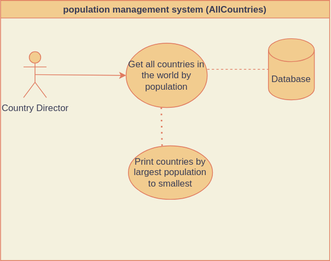
Before: use-cases/population management system (AllCountries).svg, a diagram exported from draw.io (ThihaKZ16/group5). Source tidied: cells renumbered, new cells last; positions are measured from the earlier drawing's top-left corner, leaving out a move shared by most shapes.
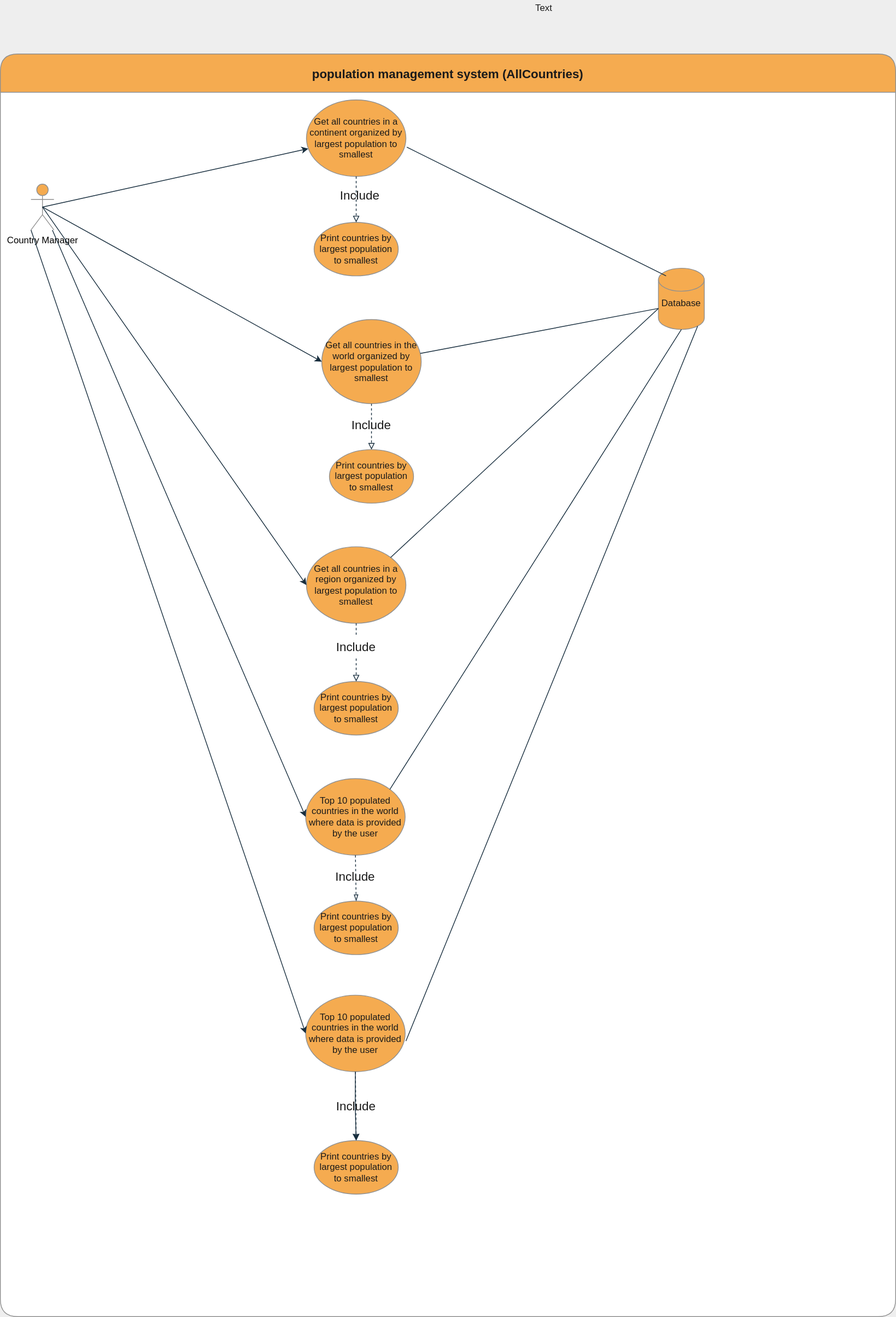
Above is the later version.

Commit message:
Update use case diagram for country report

Change to the diagram source:
```diff
@@ -1,34 +1,118 @@
-<mxGraphModel background="#F4F1DE">
+<mxGraphModel background="#EEEEEE">
   <root>
     <mxCell id="0" />
     <mxCell id="1" parent="0" />
-    <mxCell id="2" value="Country Director" style="shape=umlActor;verticalLabelPosition=bottom;verticalAlign=top;html=1;outlineConnect=0;fillColor=#F2CC8F;strokeColor=#E07A5F;fontColor=#393C56;" parent="1" vertex="1">
-      <mxGeometry x="30" y="67" width="30" height="60" as="geometry" />
-    </mxCell>
+    <mxCell id="9" value="population management system (AllCountries)" style="swimlane;rounded=1;sketch=0;swimlaneFillColor=#FFFFFF;shadow=0;glass=0;fillColor=#F5AB50;fontColor=#1A1A1A;strokeColor=#909090;startSize=50;fontSize=16;" parent="1" vertex="1">
+      <mxGeometry width="1170" height="1650" as="geometry" />
+    </mxCell>
-    <mxCell id="3" value="Get all countries in the world by population" style="ellipse;whiteSpace=wrap;html=1;fillColor=#F2CC8F;strokeColor=#E07A5F;fontColor=#393C56;" parent="1" vertex="1">
-      <mxGeometry x="164" y="56" width="106" height="84" as="geometry" />
+    <mxCell id="3" value="Get all countries in the world organized by largest population to smallest" style="ellipse;whiteSpace=wrap;html=1;fillColor=#F5AB50;strokeColor=#909090;fontColor=#1A1A1A;" parent="9" vertex="1">
+      <mxGeometry x="420" y="347" width="130" height="110" as="geometry" />
     </mxCell>
-    <mxCell id="4" value="Print countries by largest population to smallest" style="ellipse;whiteSpace=wrap;html=1;fillColor=#F2CC8F;strokeColor=#E07A5F;fontColor=#393C56;" parent="1" vertex="1">
-      <mxGeometry x="167" y="190" width="110" height="70" as="geometry" />
+    <mxCell id="4" value="Print countries by largest population to smallest" style="ellipse;whiteSpace=wrap;html=1;fillColor=#F5AB50;strokeColor=#909090;fontColor=#1A1A1A;" parent="9" vertex="1">
+      <mxGeometry x="410" y="220" width="110" height="70" as="geometry" />
     </mxCell>
+    <mxCell id="2" value="&lt;font color=&quot;#000000&quot;&gt;Country Manager&lt;/font&gt;" style="shape=umlActor;verticalLabelPosition=bottom;verticalAlign=top;html=1;outlineConnect=0;fillColor=#F5AB50;fontColor=#1A1A1A;strokeColor=#909090;" parent="9" vertex="1">
+      <mxGeometry x="40" y="170" width="30" height="60" as="geometry" />
+    </mxCell>
+    <mxCell id="6" style="endArrow=classic;html=1;rounded=0;fontSize=12;exitX=0.5;exitY=0.5;exitDx=0;exitDy=0;exitPerimeter=0;strokeColor=#182E3E;labelBackgroundColor=#EEEEEE;fontColor=#1A1A1A;" parent="9" edge="1" source="2" target="10">
+      <mxGeometry relative="1" as="geometry" />
+    </mxCell>
-    <mxCell id="5" value="Database" style="shape=cylinder3;whiteSpace=wrap;html=1;boundedLbl=1;backgroundOutline=1;size=15;fontSize=12;fillColor=#F2CC8F;strokeColor=#E07A5F;fontColor=#393C56;" parent="1" vertex="1">
-      <mxGeometry x="350" y="50" width="60" height="80" as="geometry" />
+    <mxCell id="5" value="Database" style="shape=cylinder3;whiteSpace=wrap;html=1;boundedLbl=1;backgroundOutline=1;size=15;fontSize=12;fillColor=#F5AB50;strokeColor=#909090;fontColor=#1A1A1A;" parent="9" vertex="1">
+      <mxGeometry x="860" y="280" width="60" height="80" as="geometry" />
     </mxCell>
-    <mxCell id="6" style="endArrow=classic;html=1;rounded=0;fontSize=12;exitX=0.5;exitY=0.5;exitDx=0;exitDy=0;exitPerimeter=0;strokeColor=#E07A5F;labelBackgroundColor=#F4F1DE;fontColor=#393C56;" parent="1" edge="1" source="2" target="3">
-      <mxGeometry relative="1" as="geometry" />
-    </mxCell>
-    <mxCell id="7" style="endArrow=none;dashed=1;html=1;dashPattern=1 3;strokeWidth=2;rounded=0;fontSize=12;exitX=0.4;exitY=0;exitDx=0;exitDy=0;exitPerimeter=0;strokeColor=#E07A5F;labelBackgroundColor=#F4F1DE;fontColor=#393C56;" parent="1" edge="1" source="4">
-      <mxGeometry relative="1" as="geometry">
-        <mxPoint x="210" y="140" as="targetPoint" />
-      </mxGeometry>
-    </mxCell>
-    <mxCell id="8" style="endArrow=none;html=1;rounded=0;dashed=1;fontSize=12;strokeColor=#E07A5F;entryX=0;entryY=0.5;entryDx=0;entryDy=0;entryPerimeter=0;labelBackgroundColor=#F4F1DE;fontColor=#393C56;" parent="1" edge="1" target="5">
-      <mxGeometry relative="1" as="geometry">
-        <mxPoint x="270" y="90" as="sourcePoint" />
-      </mxGeometry>
-    </mxCell>
-    <mxCell id="9" value="population management system (AllCountries)" style="swimlane;rounded=0;sketch=0;fontColor=#393C56;strokeColor=#E07A5F;fillColor=#F2CC8F;" parent="1" vertex="1">
-      <mxGeometry width="430" height="340" as="geometry" />
-    </mxCell>
+    <mxCell id="10" value="Get all countries in a continent organized by largest population to smallest" style="ellipse;whiteSpace=wrap;html=1;fillColor=#F5AB50;strokeColor=#909090;fontColor=#1A1A1A;" parent="9" vertex="1">
+      <mxGeometry x="400" y="60" width="130" height="100" as="geometry" />
+    </mxCell>
+    <mxCell id="11" style="endArrow=classic;html=1;rounded=0;exitX=0.5;exitY=0.5;exitDx=0;exitDy=0;exitPerimeter=0;entryX=0;entryY=0.5;entryDx=0;entryDy=0;strokeColor=#182E3E;labelBackgroundColor=#EEEEEE;fontColor=#1A1A1A;" parent="9" edge="1" source="2" target="3">
+      <mxGeometry relative="1" as="geometry" />
+    </mxCell>
+    <mxCell id="12" style="endArrow=none;html=1;rounded=0;entryX=0;entryY=0;entryDx=0;entryDy=52.5;entryPerimeter=0;strokeColor=#182E3E;labelBackgroundColor=#EEEEEE;fontColor=#1A1A1A;" parent="9" edge="1" source="3" target="5">
+      <mxGeometry relative="1" as="geometry" />
+    </mxCell>
+    <mxCell id="13" style="endArrow=block;html=1;rounded=0;strokeColor=#182E3E;dashed=1;exitX=0.5;exitY=1;exitDx=0;exitDy=0;endFill=0;labelBackgroundColor=#EEEEEE;fontColor=#1A1A1A;" parent="9" edge="1" source="3" target="21">
+      <mxGeometry relative="1" as="geometry" />
+    </mxCell>
+    <mxCell id="14" value="Get all countries in a region organized by largest population to smallest" style="ellipse;whiteSpace=wrap;html=1;fillColor=#F5AB50;strokeColor=#909090;fontColor=#1A1A1A;" parent="9" vertex="1">
+      <mxGeometry x="400" y="644" width="130" height="100" as="geometry" />
+    </mxCell>
+    <mxCell id="15" style="endArrow=classic;html=1;rounded=0;exitX=0.5;exitY=0.5;exitDx=0;exitDy=0;exitPerimeter=0;entryX=0;entryY=0.5;entryDx=0;entryDy=0;strokeColor=#182E3E;labelBackgroundColor=#EEEEEE;fontColor=#1A1A1A;" parent="9" edge="1" source="2" target="14">
+      <mxGeometry relative="1" as="geometry" />
+    </mxCell>
+    <mxCell id="16" value="Top 10 populated countries in the world where data is provided by the user" style="ellipse;whiteSpace=wrap;html=1;fillColor=#F5AB50;strokeColor=#909090;fontColor=#1A1A1A;" parent="9" vertex="1">
+      <mxGeometry x="399" y="947" width="130" height="100" as="geometry" />
+    </mxCell>
+    <mxCell id="17" style="endArrow=none;html=1;rounded=0;entryX=0;entryY=0;entryDx=0;entryDy=52.5;entryPerimeter=0;strokeColor=#182E3E;exitX=1;exitY=0;exitDx=0;exitDy=0;labelBackgroundColor=#EEEEEE;fontColor=#1A1A1A;" parent="9" edge="1" source="14" target="5">
+      <mxGeometry relative="1" as="geometry" />
+    </mxCell>
+    <mxCell id="18" style="edgeStyle=orthogonalEdgeStyle;rounded=0;jettySize=auto;html=1;strokeColor=#182E3E;labelBackgroundColor=#EEEEEE;fontColor=#1A1A1A;" parent="9" edge="1" source="19" target="27">
+      <mxGeometry relative="1" as="geometry" />
+    </mxCell>
+    <mxCell id="19" value="Top 10 populated countries in the world where data is provided by the user" style="ellipse;whiteSpace=wrap;html=1;fillColor=#F5AB50;strokeColor=#909090;fontColor=#1A1A1A;" parent="9" vertex="1">
+      <mxGeometry x="399" y="1230" width="130" height="100" as="geometry" />
+    </mxCell>
+    <mxCell id="20" style="endArrow=none;html=1;rounded=0;strokeColor=#182E3E;exitX=1.009;exitY=0.617;exitDx=0;exitDy=0;exitPerimeter=0;labelBackgroundColor=#EEEEEE;fontColor=#1A1A1A;" parent="9" edge="1" source="10">
+      <mxGeometry relative="1" as="geometry">
+        <mxPoint x="870" y="290" as="targetPoint" />
+      </mxGeometry>
+    </mxCell>
+    <mxCell id="21" value="Print countries by largest population to smallest" style="ellipse;whiteSpace=wrap;html=1;fillColor=#F5AB50;strokeColor=#909090;fontColor=#1A1A1A;" parent="9" vertex="1">
+      <mxGeometry x="430" y="517" width="110" height="70" as="geometry" />
+    </mxCell>
+    <mxCell id="22" style="endArrow=block;html=1;rounded=0;strokeColor=#182E3E;dashed=1;exitX=0.5;exitY=1;exitDx=0;exitDy=0;endFill=0;labelBackgroundColor=#EEEEEE;fontColor=#1A1A1A;" parent="9" edge="1" source="10" target="4">
+      <mxGeometry relative="1" as="geometry" />
+    </mxCell>
+    <mxCell id="23" value="Print countries by largest population to smallest" style="ellipse;whiteSpace=wrap;html=1;fillColor=#F5AB50;strokeColor=#909090;fontColor=#1A1A1A;" parent="9" vertex="1">
+      <mxGeometry x="410" y="820" width="110" height="70" as="geometry" />
+    </mxCell>
+    <mxCell id="24" value="Print countries by largest population to smallest" style="ellipse;whiteSpace=wrap;html=1;fillColor=#F5AB50;strokeColor=#909090;fontColor=#1A1A1A;" parent="9" vertex="1">
+      <mxGeometry x="410" y="1107" width="110" height="70" as="geometry" />
+    </mxCell>
+    <mxCell id="25" style="endArrow=blockThin;html=1;rounded=0;strokeColor=#182E3E;dashed=1;exitX=0.5;exitY=1;exitDx=0;exitDy=0;entryX=0.5;entryY=0;entryDx=0;entryDy=0;endFill=0;labelBackgroundColor=#EEEEEE;fontColor=#1A1A1A;" parent="9" edge="1" source="16" target="24">
+      <mxGeometry relative="1" as="geometry" />
+    </mxCell>
+    <mxCell id="26" style="endArrow=block;html=1;rounded=0;strokeColor=#182E3E;dashed=1;exitX=0.5;exitY=1;exitDx=0;exitDy=0;startArrow=none;endFill=0;labelBackgroundColor=#EEEEEE;fontColor=#1A1A1A;" parent="9" edge="1" source="33" target="23">
+      <mxGeometry relative="1" as="geometry" />
+    </mxCell>
+    <mxCell id="27" value="Print countries by largest population to smallest" style="ellipse;whiteSpace=wrap;html=1;fillColor=#F5AB50;strokeColor=#909090;fontColor=#1A1A1A;" parent="9" vertex="1">
+      <mxGeometry x="410" y="1420" width="110" height="70" as="geometry" />
+    </mxCell>
+    <mxCell id="28" style="endArrow=block;html=1;rounded=0;strokeColor=#182E3E;dashed=1;entryX=0.5;entryY=0;entryDx=0;entryDy=0;exitX=0.5;exitY=1;exitDx=0;exitDy=0;endFill=0;labelBackgroundColor=#EEEEEE;fontColor=#1A1A1A;" parent="9" edge="1" source="19" target="27">
+      <mxGeometry relative="1" as="geometry" />
+    </mxCell>
+    <mxCell id="29" style="endArrow=classic;html=1;rounded=0;entryX=0;entryY=0.5;entryDx=0;entryDy=0;strokeColor=#182E3E;labelBackgroundColor=#EEEEEE;fontColor=#1A1A1A;" parent="9" edge="1" source="2" target="16">
+      <mxGeometry relative="1" as="geometry" />
+    </mxCell>
+    <mxCell id="30" style="endArrow=classic;html=1;rounded=0;entryX=0;entryY=0.5;entryDx=0;entryDy=0;strokeColor=#182E3E;exitX=0;exitY=1;exitDx=0;exitDy=0;exitPerimeter=0;labelBackgroundColor=#EEEEEE;fontColor=#1A1A1A;" parent="9" edge="1" source="2" target="19">
+      <mxGeometry relative="1" as="geometry" />
+    </mxCell>
+    <mxCell id="31" value="Include" style="text;html=1;align=center;verticalAlign=middle;whiteSpace=wrap;rounded=0;fontSize=16;fontColor=#1A1A1A;" parent="9" vertex="1">
+      <mxGeometry x="440" y="170" width="60" height="30" as="geometry" />
+    </mxCell>
+    <mxCell id="32" value="Include" style="text;html=1;align=center;verticalAlign=middle;whiteSpace=wrap;rounded=0;fontSize=16;fontColor=#1A1A1A;" parent="9" vertex="1">
+      <mxGeometry x="455" y="470" width="60" height="30" as="geometry" />
+    </mxCell>
+    <mxCell id="33" value="Include" style="text;html=1;align=center;verticalAlign=middle;whiteSpace=wrap;rounded=0;fontSize=16;fontColor=#1A1A1A;" parent="9" vertex="1">
+      <mxGeometry x="435" y="760" width="60" height="30" as="geometry" />
+    </mxCell>
+    <mxCell id="34" style="endArrow=none;html=1;rounded=0;strokeColor=#182E3E;dashed=1;exitX=0.5;exitY=1;exitDx=0;exitDy=0;labelBackgroundColor=#EEEEEE;fontColor=#1A1A1A;" parent="9" edge="1" source="14" target="33">
+      <mxGeometry relative="1" as="geometry" />
+    </mxCell>
+    <mxCell id="35" value="Include" style="text;html=1;align=center;verticalAlign=middle;whiteSpace=wrap;rounded=0;fontSize=16;fontColor=#1A1A1A;" parent="9" vertex="1">
+      <mxGeometry x="434" y="1060" width="60" height="30" as="geometry" />
+    </mxCell>
+    <mxCell id="36" value="Include" style="text;html=1;align=center;verticalAlign=middle;whiteSpace=wrap;rounded=0;fontSize=16;fontColor=#1A1A1A;" parent="9" vertex="1">
+      <mxGeometry x="435" y="1360" width="60" height="30" as="geometry" />
+    </mxCell>
+    <mxCell id="37" style="endArrow=none;html=1;rounded=0;strokeColor=#182E3E;entryX=0.5;entryY=1;entryDx=0;entryDy=0;entryPerimeter=0;exitX=1;exitY=0;exitDx=0;exitDy=0;labelBackgroundColor=#EEEEEE;fontColor=#1A1A1A;" parent="9" edge="1" source="16" target="5">
+      <mxGeometry relative="1" as="geometry" />
+    </mxCell>
+    <mxCell id="38" style="endArrow=none;html=1;rounded=0;entryX=0.855;entryY=1;entryDx=0;entryDy=-4.35;entryPerimeter=0;strokeColor=#182E3E;labelBackgroundColor=#EEEEEE;fontColor=#1A1A1A;" parent="1" edge="1" target="5">
+      <mxGeometry relative="1" as="geometry">
+        <mxPoint x="530" y="1290" as="sourcePoint" />
+      </mxGeometry>
+    </mxCell>
+    <mxCell id="39" value="Text" style="text;html=1;align=center;verticalAlign=middle;strokeColor=none;fillColor=none;fontColor=#1A1A1A;" parent="1" vertex="1">
+      <mxGeometry x="690" y="-70" width="40" height="20" as="geometry" />
+    </mxCell>
   </root>
 </mxGraphModel>
```
